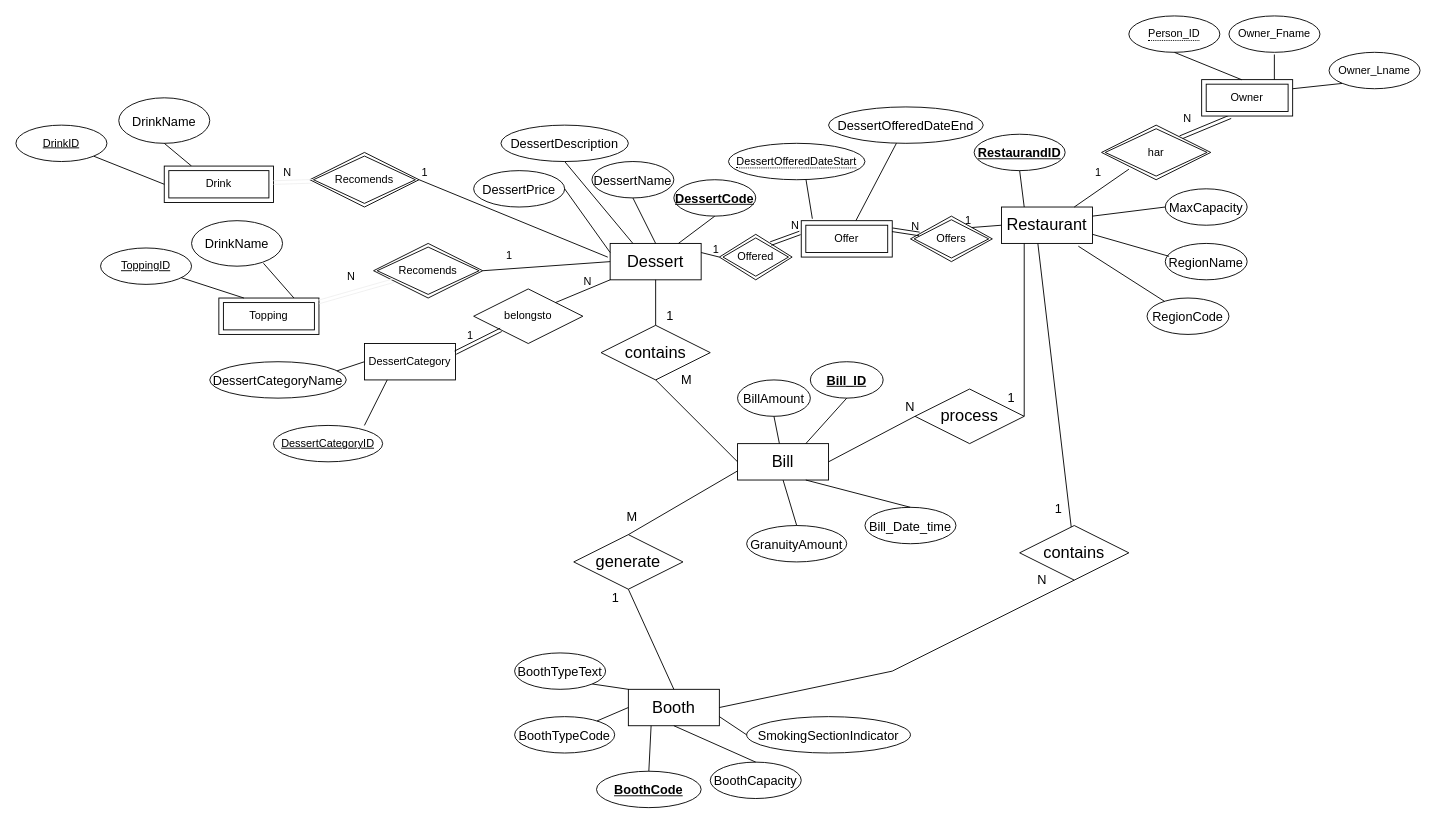
The draw.io diagram Labb3/N1/Dessert_DiagramN1.drawio in PyroG8r/Databaser-DT139G, before the edit. Source tidied: cells renumbered, new cells numbered last; positions are measured from the earlier drawing's top-left corner, leaving out a move shared by most shapes. Both pictures are drawn from the tidied source at 91%, with x=0, y=0 at pixel (15, 15).
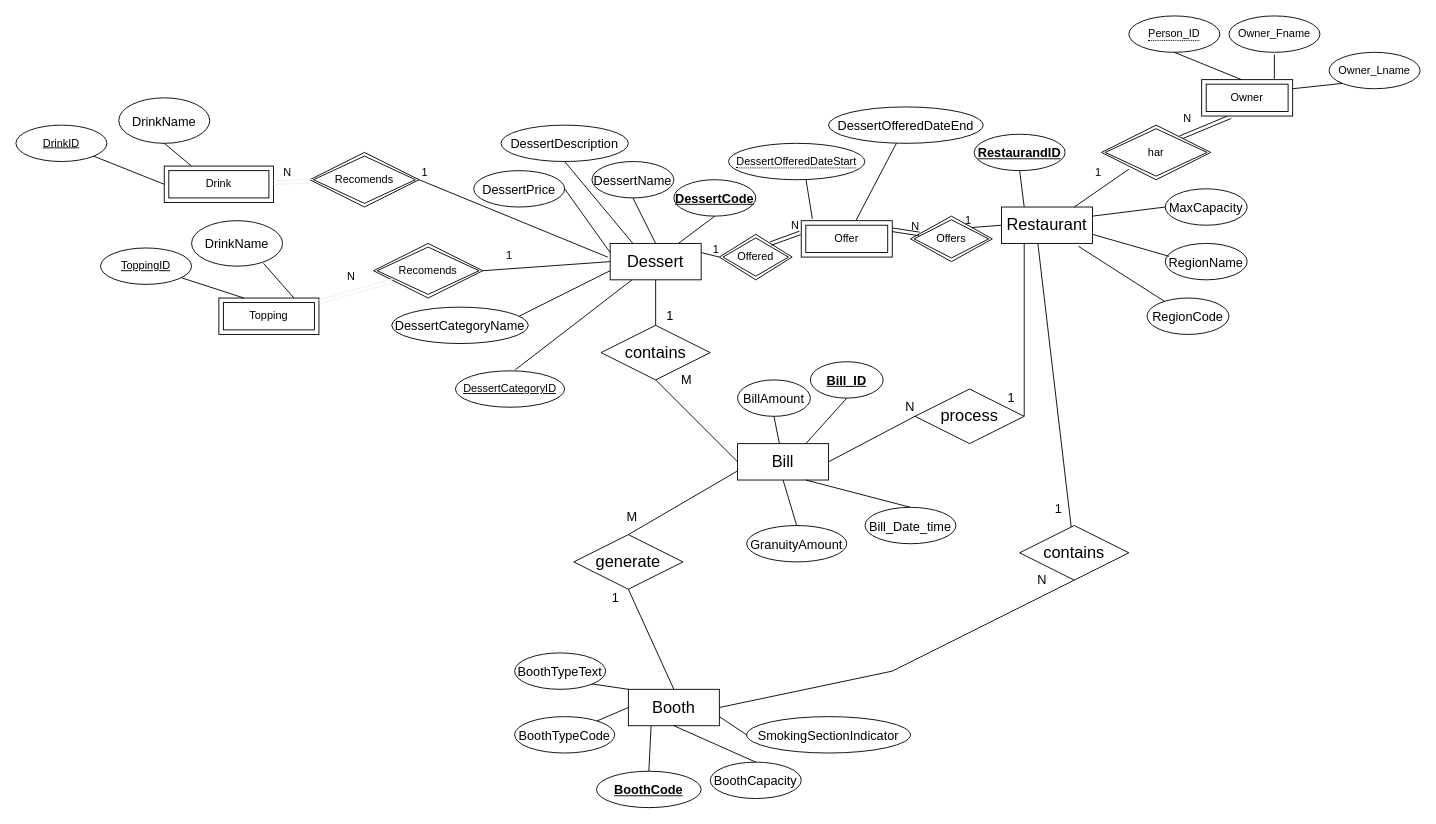
Above is the later version.

Unchanged cells that the change refers to:
```xml
<mxCell id="5" value="&lt;font style=&quot;font-size: 18px&quot;&gt;Dessert&lt;/font&gt;" style="whiteSpace=wrap;html=1;align=center;" parent="1" vertex="1">
  <mxGeometry x="653" y="250" width="100" height="40" as="geometry" />
</mxCell>
```

The edit, as a diff of the source:
```diff
@@
     <mxCell id="24" value="&lt;font style=&quot;font-size: 14px&quot;&gt;DessertCategoryName&lt;/font&gt;" style="ellipse;whiteSpace=wrap;html=1;align=center;fontSize=18;" parent="1" vertex="1">
-      <mxGeometry x="213" y="380" width="150" height="40" as="geometry" />
+      <mxGeometry x="413" y="320" width="150" height="40" as="geometry" />
     </mxCell>
@@
-    <mxCell id="28" style="endArrow=none;html=1;rounded=0;fontSize=18;exitX=0;exitY=0.5;exitDx=0;exitDy=0;entryX=0.933;entryY=0.25;entryDx=0;entryDy=0;entryPerimeter=0;" parent="1" edge="1" source="83" target="24">
+    <mxCell id="28" style="endArrow=none;html=1;rounded=0;fontSize=18;exitX=0;exitY=0.75;exitDx=0;exitDy=0;entryX=0.933;entryY=0.25;entryDx=0;entryDy=0;entryPerimeter=0;" parent="1" edge="1" source="5" target="24">
       <mxGeometry relative="1" as="geometry" />
     </mxCell>
@@
-    <mxCell id="83" value="DessertCategory" style="whiteSpace=wrap;html=1;align=center;" parent="1" vertex="1">
-      <mxGeometry x="383" y="360" width="100" height="40" as="geometry" />
-    </mxCell>
     <mxCell id="84" value="DessertCategoryID" style="ellipse;whiteSpace=wrap;html=1;align=center;fontStyle=4;" parent="1" vertex="1">
-      <mxGeometry x="283" y="450" width="120" height="40" as="geometry" />
+      <mxGeometry x="483" y="390" width="120" height="40" as="geometry" />
     </mxCell>
-    <mxCell id="85" style="endArrow=none;html=1;rounded=0;exitX=0.833;exitY=0;exitDx=0;exitDy=0;exitPerimeter=0;entryX=0.25;entryY=1;entryDx=0;entryDy=0;" parent="1" edge="1" source="84" target="83">
-      <mxGeometry relative="1" as="geometry" />
-    </mxCell>
-    <mxCell id="86" value="belongsto" style="shape=rhombus;perimeter=rhombusPerimeter;whiteSpace=wrap;html=1;align=center;" parent="1" vertex="1">
-      <mxGeometry x="503" y="300" width="120" height="60" as="geometry" />
-    </mxCell>
-    <mxCell id="87" style="endArrow=none;html=1;rounded=0;exitX=1;exitY=0;exitDx=0;exitDy=0;entryX=0;entryY=1;entryDx=0;entryDy=0;" parent="1" edge="1" source="86" target="5">
-      <mxGeometry relative="1" as="geometry" />
-    </mxCell>
-    <mxCell id="88" value="N" style="html=1;align=right;verticalAlign=bottom;" parent="87" vertex="1">
-      <mxGeometry x="1" relative="1" as="geometry">
-        <mxPoint x="-20" y="10" as="offset" />
-      </mxGeometry>
-    </mxCell>
-    <mxCell id="89" style="shape=link;html=1;rounded=0;exitX=1;exitY=0.25;exitDx=0;exitDy=0;" parent="1" edge="1" source="83" target="86">
-      <mxGeometry relative="1" as="geometry" />
-    </mxCell>
-    <mxCell id="90" value="1" style="html=1;align=right;verticalAlign=bottom;" parent="89" vertex="1">
-      <mxGeometry x="1" relative="1" as="geometry">
-        <mxPoint x="-30" y="15" as="offset" />
-      </mxGeometry>
-    </mxCell>
@@
+    <mxCell id="117" style="endArrow=none;html=1;rounded=0;shadow=0;exitX=0.547;exitY=-0.026;exitDx=0;exitDy=0;exitPerimeter=0;" parent="1" edge="1" source="84" target="5">
+      <mxGeometry relative="1" as="geometry" />
+    </mxCell>
```
